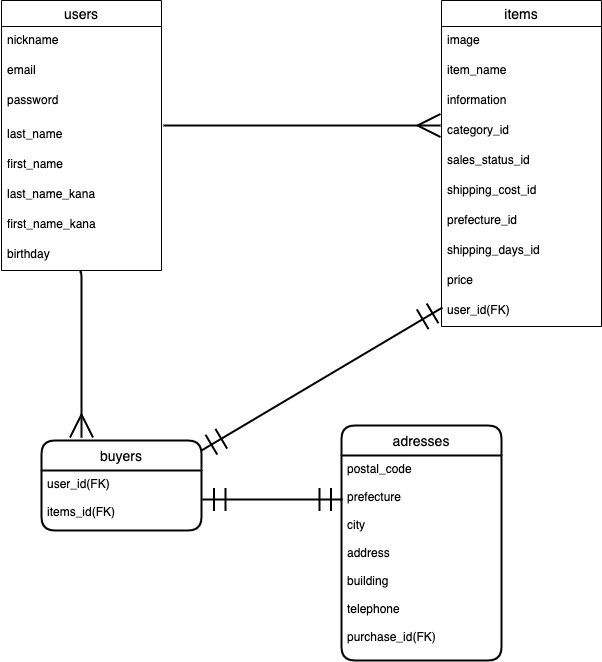
Above: furima.drawio.png in saya1216/furima-36071 (draw.io), before the change. Source tidied: cells renumbered, new cells last; positions are measured from the earlier drawing's top-left corner, leaving out a move shared by most shapes.
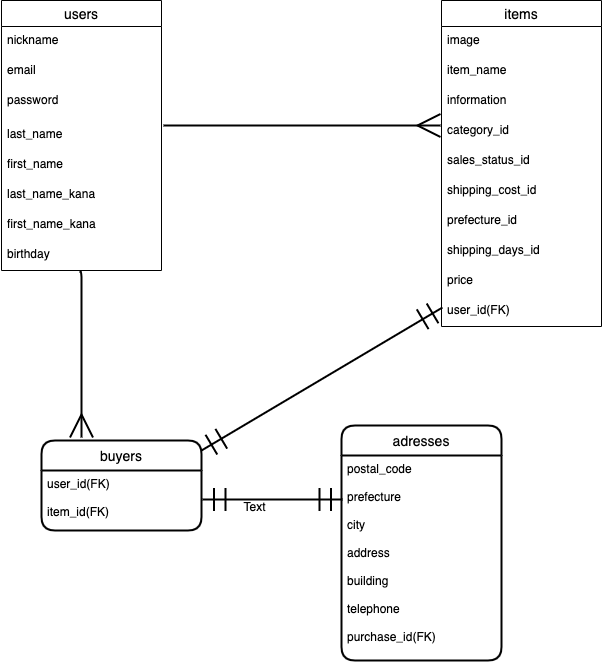
Later version of the same file.

Commit message:
READMEのカラム名変更に合わせER図の修正

What changed in the source:
```diff
@@ -65,7 +65,7 @@
     <mxCell id="22" value="buyers" style="swimlane;horizontal=1;startSize=30;rounded=1;fontSize=14;fontStyle=0;strokeWidth=2;shadow=0;dashed=0;align=center;fillColor=#FFFFFF;fontColor=#000000;strokeColor=#000000;" parent="1" vertex="1">
       <mxGeometry x="40" y="440" width="160" height="90" as="geometry" />
     </mxCell>
-    <mxCell id="23" value="user_id(FK)&#10;&#10;items_id(FK)&#10;" style="align=left;strokeColor=none;fillColor=none;spacingLeft=4;fontSize=12;verticalAlign=top;fontColor=#000000;" parent="22" vertex="1">
+    <mxCell id="23" value="user_id(FK)&#10;&#10;item_id(FK)&#10;" style="align=left;strokeColor=none;fillColor=none;spacingLeft=4;fontSize=12;verticalAlign=top;fontColor=#000000;" parent="22" vertex="1">
       <mxGeometry y="30" width="160" height="60" as="geometry" />
     </mxCell>
     <mxCell id="24" value="adresses" style="swimlane;horizontal=1;startSize=30;rounded=1;fontSize=14;fontStyle=0;strokeWidth=2;shadow=0;dashed=0;align=center;fillColor=#FFFFFF;fontColor=#000000;strokeColor=#000000;" parent="1" vertex="1">
@@ -93,5 +93,8 @@
         <mxPoint x="341" y="499" as="targetPoint" />
       </mxGeometry>
     </mxCell>
+    <mxCell id="30" value="Text" style="text;html=1;align=center;verticalAlign=middle;fillColor=none;strokeColor=none;rounded=0;" parent="1" vertex="1">
+      <mxGeometry x="233" y="496" width="40" height="20" as="geometry" />
+    </mxCell>
   </root>
 </mxGraphModel>
```
